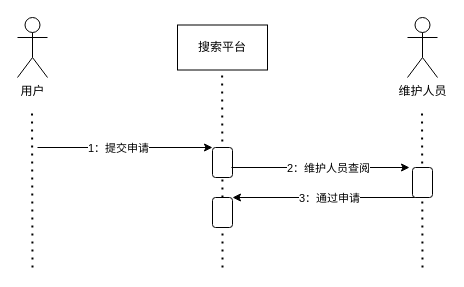
This is 添加默认信源.drawio from RimLutienpeist/Draw_io_Repo, a draw.io file, before an edit. Source tidied: cells renumbered, new cells numbered last; positions are measured from the earlier drawing's top-left corner, leaving out a move shared by most shapes. Both pictures are drawn from the tidied source at 100%, with x=0, y=0 at pixel (17, 17).
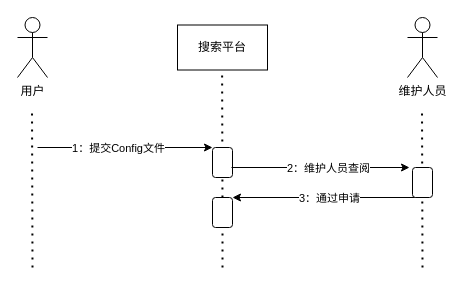
The same diagram, later.

Commit message:
更新添加默认信源.drawio

Unchanged cells that the change refers to:
```xml
<mxCell id="6" style="endArrow=classic;html=1;rounded=0;entryX=0;entryY=0;entryDx=0;entryDy=0;" parent="1" edge="1" target="8">
  <mxGeometry relative="1" as="geometry">
    <mxPoint x="20" y="130" as="sourcePoint" />
  </mxGeometry>
</mxCell>
```

Change to the diagram source:
```diff
@@
-    <mxCell id="7" value="1：提交申请" style="edgeLabel;html=1;align=center;verticalAlign=middle;" parent="6" vertex="1">
+    <mxCell id="7" value="1：提交Config文件" style="edgeLabel;html=1;align=center;verticalAlign=middle;" parent="6" vertex="1">
       <mxGeometry x="-0.12" y="1" relative="1" as="geometry">
         <mxPoint x="3" y="1" as="offset" />
       </mxGeometry>
     </mxCell>
```
